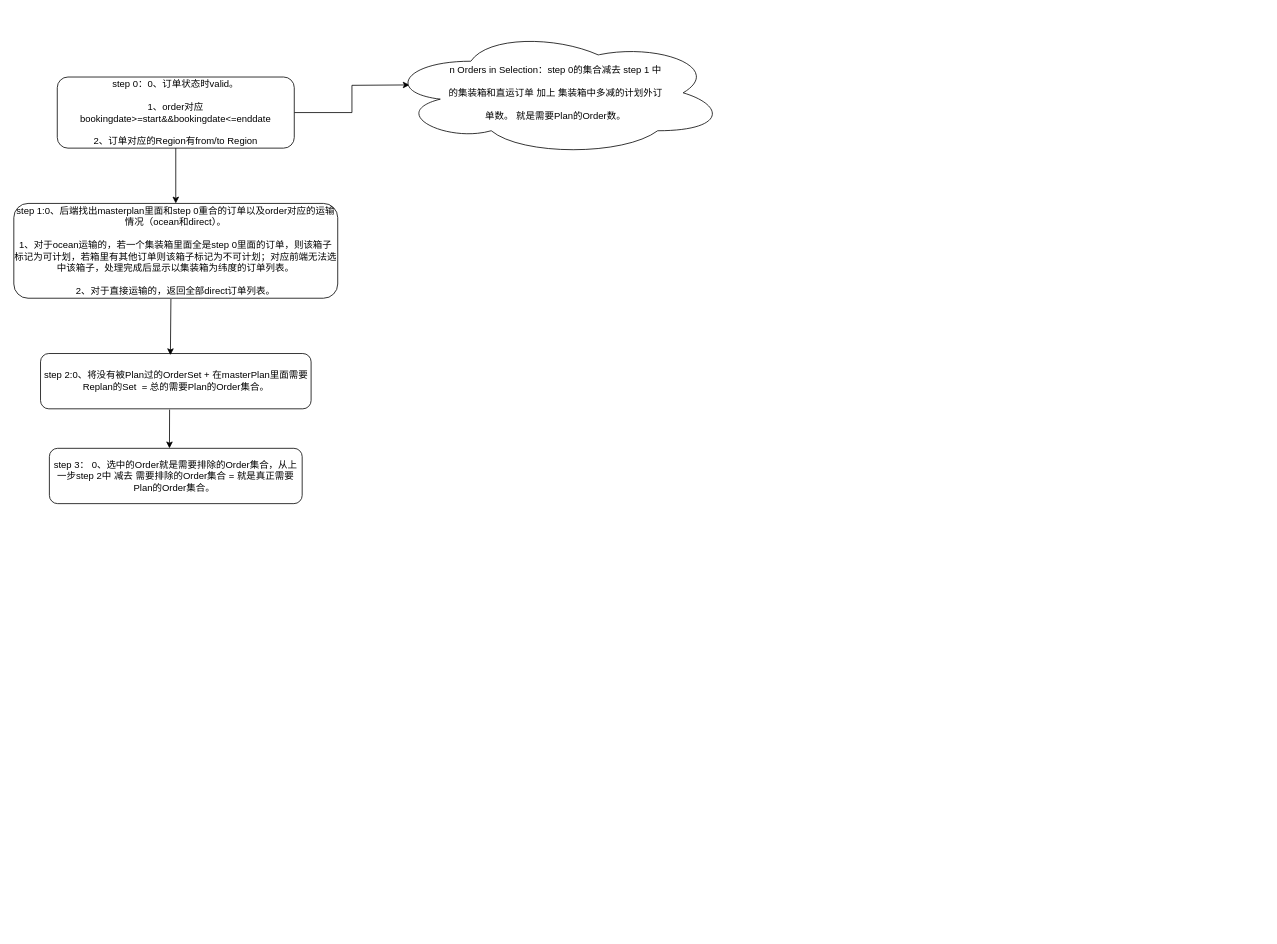
Before: Untitled Diagram.drawio in qwertdafgdfg/java_Web-Shop, a draw.io diagram. Source tidied: cells renumbered, new cells numbered last; positions are measured from the earlier drawing's top-left corner, leaving out a move shared by most shapes. Both pictures are drawn from the tidied source at 79%, with x=0, y=0 at pixel (13, 29).
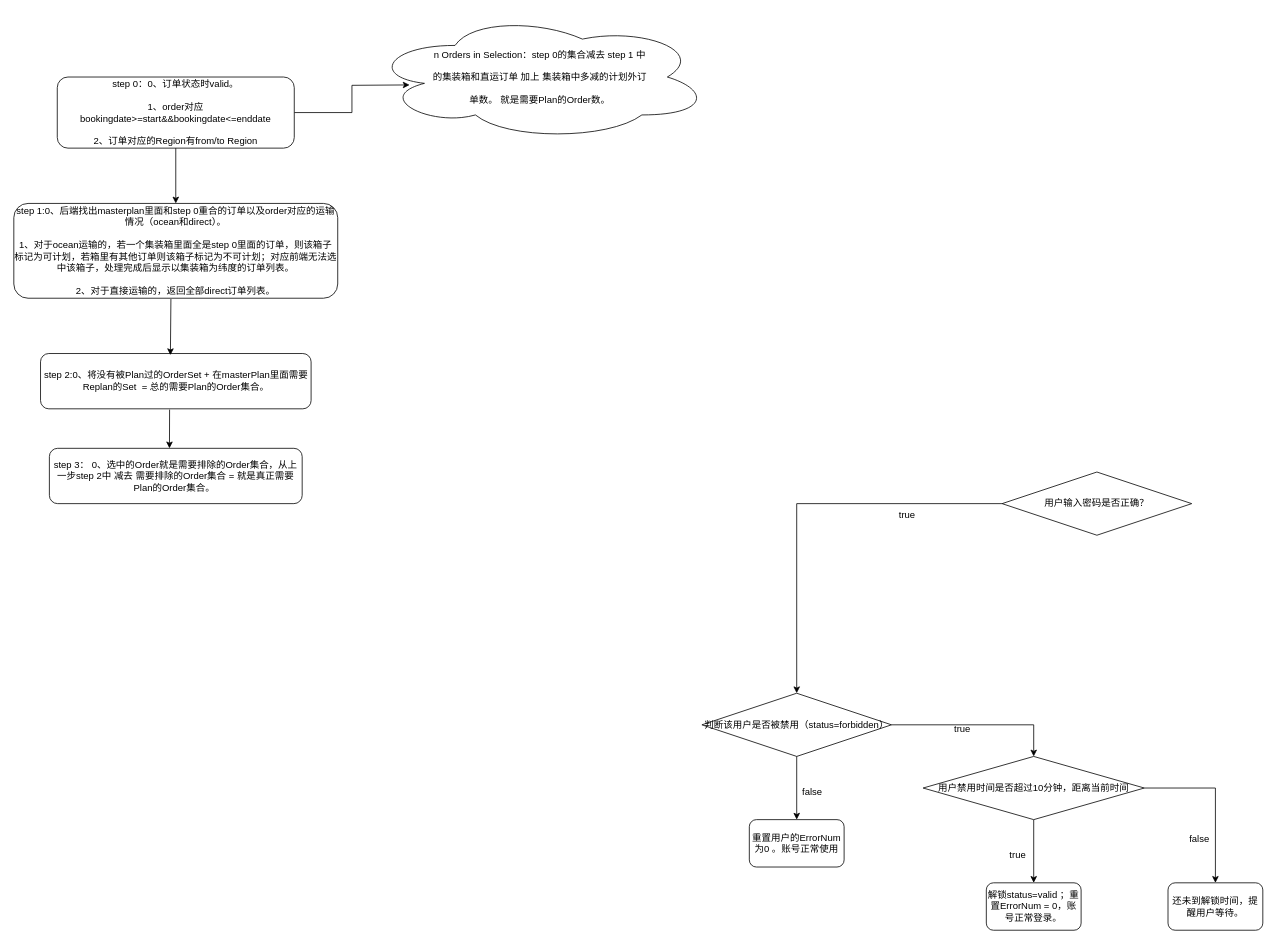
The same page after the edit.

Diff of the diagram source:
```diff
@@
     <mxCell id="10" value="n Orders in Selection：step 0的集合减去 step 1 中&lt;br&gt;&lt;br&gt;的集装箱和直运订单 加上 集装箱中多减的计划外订&lt;br&gt;&lt;br&gt;单数。 就是需要Plan的Order数。" style="ellipse;shape=cloud;whiteSpace=wrap;html=1;" parent="1" vertex="1">
-      <mxGeometry x="471" width="430" height="160" as="geometry" />
+      <mxGeometry x="451" y="-20" width="430" height="160" as="geometry" />
     </mxCell>
+    <mxCell id="11" style="edgeStyle=orthogonalEdgeStyle;rounded=0;jettySize=auto;html=1;entryX=0.5;entryY=0;entryDx=0;entryDy=0;" parent="1" edge="1" source="12" target="14">
+      <mxGeometry relative="1" as="geometry" />
+    </mxCell>
+    <mxCell id="12" value="用户输入密码是否正确？" style="rhombus;whiteSpace=wrap;html=1;" parent="1" vertex="1">
+      <mxGeometry x="1251" y="560" width="240" height="80" as="geometry" />
+    </mxCell>
+    <mxCell id="13" style="edgeStyle=orthogonalEdgeStyle;rounded=0;jettySize=auto;html=1;exitX=1;exitY=0.5;exitDx=0;exitDy=0;entryX=0.5;entryY=0;entryDx=0;entryDy=0;" parent="1" edge="1" source="14" target="21">
+      <mxGeometry relative="1" as="geometry" />
+    </mxCell>
+    <mxCell id="14" value="判断该用户是否被禁用（status=forbidden）" style="rhombus;whiteSpace=wrap;html=1;" parent="1" vertex="1">
+      <mxGeometry x="871" y="840" width="240" height="80" as="geometry" />
+    </mxCell>
+    <mxCell id="15" value="true" style="text;html=1;strokeColor=none;fillColor=none;align=center;verticalAlign=middle;whiteSpace=wrap;rounded=0;" parent="1" vertex="1">
+      <mxGeometry x="1101" y="600" width="60" height="30" as="geometry" />
+    </mxCell>
+    <mxCell id="16" value="重置用户的ErrorNum为0 。账号正常使用" style="rounded=1;whiteSpace=wrap;html=1;" parent="1" vertex="1">
+      <mxGeometry x="931" y="1000" width="120" height="60" as="geometry" />
+    </mxCell>
+    <mxCell id="17" style="endArrow=classic;html=1;rounded=0;entryX=0.5;entryY=0;entryDx=0;entryDy=0;exitX=0.5;exitY=1;exitDx=0;exitDy=0;" parent="1" edge="1" source="14" target="16">
+      <mxGeometry relative="1" as="geometry" />
+    </mxCell>
+    <mxCell id="18" value="false" style="text;html=1;strokeColor=none;fillColor=none;align=center;verticalAlign=middle;whiteSpace=wrap;rounded=0;" parent="1" vertex="1">
+      <mxGeometry x="981" y="950" width="60" height="30" as="geometry" />
+    </mxCell>
+    <mxCell id="19" style="edgeStyle=orthogonalEdgeStyle;rounded=0;jettySize=auto;html=1;" parent="1" edge="1" source="21" target="23">
+      <mxGeometry relative="1" as="geometry" />
+    </mxCell>
+    <mxCell id="20" style="edgeStyle=orthogonalEdgeStyle;rounded=0;jettySize=auto;html=1;entryX=0.5;entryY=0;entryDx=0;entryDy=0;" parent="1" edge="1" source="21" target="25">
+      <mxGeometry relative="1" as="geometry" />
+    </mxCell>
+    <mxCell id="21" value="用户禁用时间是否超过10分钟，距离当前时间" style="rhombus;whiteSpace=wrap;html=1;" parent="1" vertex="1">
+      <mxGeometry x="1151" y="920" width="280" height="80" as="geometry" />
+    </mxCell>
+    <mxCell id="22" value="true" style="text;html=1;strokeColor=none;fillColor=none;align=center;verticalAlign=middle;whiteSpace=wrap;rounded=0;" parent="1" vertex="1">
+      <mxGeometry x="1171" y="870" width="60" height="30" as="geometry" />
+    </mxCell>
+    <mxCell id="23" value="解锁status=valid ；重置ErrorNum = 0，账号正常登录。" style="rounded=1;whiteSpace=wrap;html=1;" parent="1" vertex="1">
+      <mxGeometry x="1231" y="1080" width="120" height="60" as="geometry" />
+    </mxCell>
+    <mxCell id="24" value="true" style="text;html=1;strokeColor=none;fillColor=none;align=center;verticalAlign=middle;whiteSpace=wrap;rounded=0;" parent="1" vertex="1">
+      <mxGeometry x="1241" y="1030" width="60" height="30" as="geometry" />
+    </mxCell>
+    <mxCell id="25" value="还未到解锁时间，提醒用户等待。" style="rounded=1;whiteSpace=wrap;html=1;" parent="1" vertex="1">
+      <mxGeometry x="1461" y="1080" width="120" height="60" as="geometry" />
+    </mxCell>
+    <mxCell id="26" value="false" style="text;html=1;strokeColor=none;fillColor=none;align=center;verticalAlign=middle;whiteSpace=wrap;rounded=0;" parent="1" vertex="1">
+      <mxGeometry x="1471" y="1010" width="60" height="30" as="geometry" />
+    </mxCell>
```
